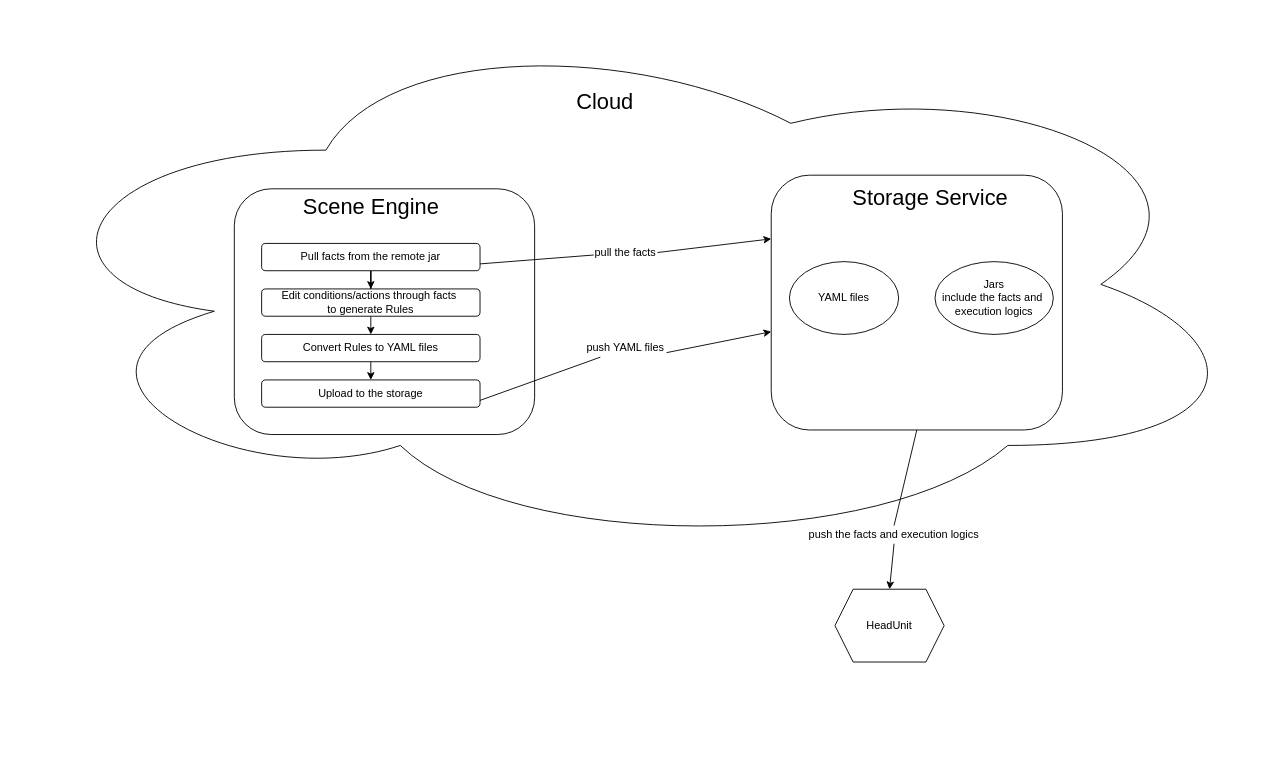
oncean/Draw.io keeps this draw.io diagram as Untitled Diagram.drawio. Above is the earlier version. Source tidied: cells renumbered, new cells numbered last; positions are measured from the earlier drawing's top-left corner, leaving out a move shared by most shapes. Both pictures are drawn from the tidied source at 91%, with x=0, y=0 at pixel (15, 15).
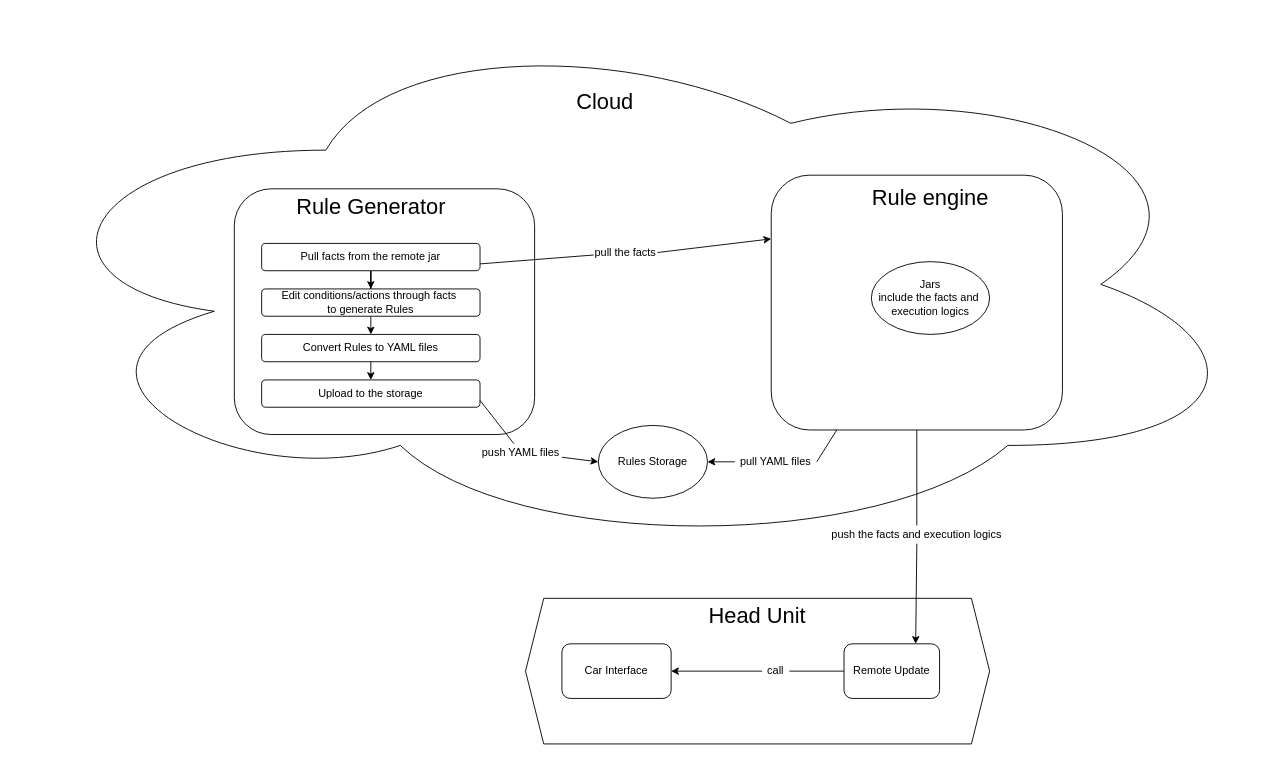
The same page after the edit.

Unchanged cells that the change refers to:
```xml
<mxCell id="20" style="rounded=1;whiteSpace=wrap;html=1;fontSize=12;" parent="1" vertex="1">
  <mxGeometry x="830" y="175" width="320" height="280" as="geometry" />
</mxCell>
```

Change to the diagram source:
```diff
@@
-    <mxCell id="2" value="HeadUnit" style="shape=hexagon;perimeter=hexagonPerimeter2;whiteSpace=wrap;html=1;fixedSize=1;" parent="1" vertex="1">
-      <mxGeometry x="900" y="630" width="120" height="80" as="geometry" />
+    <mxCell id="2" style="shape=hexagon;perimeter=hexagonPerimeter2;whiteSpace=wrap;html=1;fixedSize=1;" parent="1" vertex="1">
+      <mxGeometry x="560" y="640" width="510" height="160" as="geometry" />
     </mxCell>
@@
-    <mxCell id="6" style="endArrow=classic;html=1;entryX=0.5;entryY=0;entryDx=0;entryDy=0;exitX=0.5;exitY=1;exitDx=0;exitDy=0;startArrow=none;" parent="1" edge="1" source="7" target="2">
+    <mxCell id="6" style="endArrow=classic;html=1;entryX=0.75;entryY=0;entryDx=0;entryDy=0;exitX=0.5;exitY=1;exitDx=0;exitDy=0;startArrow=none;" parent="1" edge="1" source="7" target="32">
       <mxGeometry relative="1" as="geometry" />
     </mxCell>
     <mxCell id="7" value="push the facts and execution logics" style="text;html=1;strokeColor=none;fillColor=none;align=center;verticalAlign=middle;whiteSpace=wrap;rounded=0;" parent="1" vertex="1">
-      <mxGeometry x="870" y="560" width="190" height="20" as="geometry" />
+      <mxGeometry x="895" y="560" width="190" height="20" as="geometry" />
     </mxCell>
@@
-    <mxCell id="12" value="&lt;span style=&quot;font-size: 24px&quot;&gt;Scene Engine&lt;/span&gt;" style="text;html=1;strokeColor=none;fillColor=none;align=center;verticalAlign=middle;whiteSpace=wrap;rounded=0;fontSize=12;" parent="1" vertex="1">
+    <mxCell id="12" value="&lt;span style=&quot;font-size: 24px&quot;&gt;Rule Generator&lt;/span&gt;" style="text;html=1;strokeColor=none;fillColor=none;align=center;verticalAlign=middle;whiteSpace=wrap;rounded=0;fontSize=12;" parent="1" vertex="1">
       <mxGeometry x="292.5" y="200" width="195" height="20" as="geometry" />
     </mxCell>
@@
-    <mxCell id="21" value="Storage Service" style="text;html=1;strokeColor=none;fillColor=none;align=center;verticalAlign=middle;whiteSpace=wrap;rounded=0;fontSize=24;" parent="1" vertex="1">
+    <mxCell id="21" value="Rule engine" style="text;html=1;strokeColor=none;fillColor=none;align=center;verticalAlign=middle;whiteSpace=wrap;rounded=0;fontSize=24;" parent="1" vertex="1">
       <mxGeometry x="880" y="190" width="250" height="20" as="geometry" />
     </mxCell>
     <mxCell id="22" value="Jars&lt;br&gt;include the facts and&amp;nbsp;&lt;br&gt;execution logics" style="ellipse;whiteSpace=wrap;html=1;" parent="1" vertex="1">
-      <mxGeometry x="1010" y="270" width="130" height="80" as="geometry" />
+      <mxGeometry x="940" y="270" width="130" height="80" as="geometry" />
     </mxCell>
-    <mxCell id="23" style="endArrow=classic;html=1;fontSize=24;exitX=1;exitY=0.75;exitDx=0;exitDy=0;startArrow=none;" parent="1" edge="1" source="24" target="20">
+    <mxCell id="23" style="endArrow=classic;html=1;fontSize=24;exitX=1;exitY=0.75;exitDx=0;exitDy=0;startArrow=none;entryX=0;entryY=0.5;entryDx=0;entryDy=0;" parent="1" edge="1" source="24" target="26">
       <mxGeometry relative="1" as="geometry" />
     </mxCell>
     <mxCell id="24" value="push YAML files" style="text;html=1;strokeColor=none;fillColor=none;align=center;verticalAlign=middle;whiteSpace=wrap;rounded=0;fontSize=12;" parent="1" vertex="1">
-      <mxGeometry x="625" y="355" width="90" height="20" as="geometry" />
+      <mxGeometry x="510" y="470" width="90" height="20" as="geometry" />
     </mxCell>
@@
-    <mxCell id="26" value="YAML files" style="ellipse;whiteSpace=wrap;html=1;fontSize=12;" parent="1" vertex="1">
-      <mxGeometry x="850" y="270" width="120" height="80" as="geometry" />
+    <mxCell id="26" value="Rules Storage" style="ellipse;whiteSpace=wrap;html=1;fontSize=12;" parent="1" vertex="1">
+      <mxGeometry x="640" y="450" width="120" height="80" as="geometry" />
     </mxCell>
+    <mxCell id="27" style="endArrow=classic;html=1;fontSize=12;entryX=1;entryY=0.5;entryDx=0;entryDy=0;startArrow=none;" parent="1" edge="1" source="28" target="26">
+      <mxGeometry relative="1" as="geometry" />
+    </mxCell>
+    <mxCell id="28" value="pull YAML files" style="text;html=1;strokeColor=none;fillColor=none;align=center;verticalAlign=middle;whiteSpace=wrap;rounded=0;fontSize=12;" parent="1" vertex="1">
+      <mxGeometry x="790" y="480" width="90" height="20" as="geometry" />
+    </mxCell>
+    <mxCell id="29" style="endArrow=none;html=1;fontSize=12;entryX=1;entryY=0.5;entryDx=0;entryDy=0;" parent="1" edge="1" source="20" target="28">
+      <mxGeometry relative="1" as="geometry" />
+    </mxCell>
+    <mxCell id="30" value="Head Unit" style="text;html=1;strokeColor=none;fillColor=none;align=center;verticalAlign=middle;whiteSpace=wrap;rounded=0;fontSize=24;" parent="1" vertex="1">
+      <mxGeometry x="760" y="650" width="110" height="20" as="geometry" />
+    </mxCell>
+    <mxCell id="31" style="edgeStyle=orthogonalEdgeStyle;rounded=0;jettySize=auto;html=1;entryX=1;entryY=0.5;entryDx=0;entryDy=0;fontSize=12;startArrow=none;" parent="1" edge="1" source="34" target="33">
+      <mxGeometry relative="1" as="geometry" />
+    </mxCell>
+    <mxCell id="32" value="&lt;font style=&quot;font-size: 12px&quot;&gt;Remote Update&lt;/font&gt;" style="rounded=1;whiteSpace=wrap;html=1;fontSize=12;" parent="1" vertex="1">
+      <mxGeometry x="910" y="690" width="105" height="60" as="geometry" />
+    </mxCell>
+    <mxCell id="33" value="&lt;font style=&quot;font-size: 12px&quot;&gt;Car Interface&lt;/font&gt;" style="rounded=1;whiteSpace=wrap;html=1;fontSize=12;" parent="1" vertex="1">
+      <mxGeometry x="600" y="690" width="120" height="60" as="geometry" />
+    </mxCell>
+    <mxCell id="34" value="call" style="text;html=1;strokeColor=none;fillColor=none;align=center;verticalAlign=middle;whiteSpace=wrap;rounded=0;fontSize=12;" parent="1" vertex="1">
+      <mxGeometry x="820" y="710" width="30" height="20" as="geometry" />
+    </mxCell>
+    <mxCell id="35" style="edgeStyle=orthogonalEdgeStyle;rounded=0;jettySize=auto;html=1;entryX=1;entryY=0.5;entryDx=0;entryDy=0;fontSize=12;endArrow=none;" parent="1" edge="1" source="32" target="34">
+      <mxGeometry relative="1" as="geometry" />
+    </mxCell>
```
